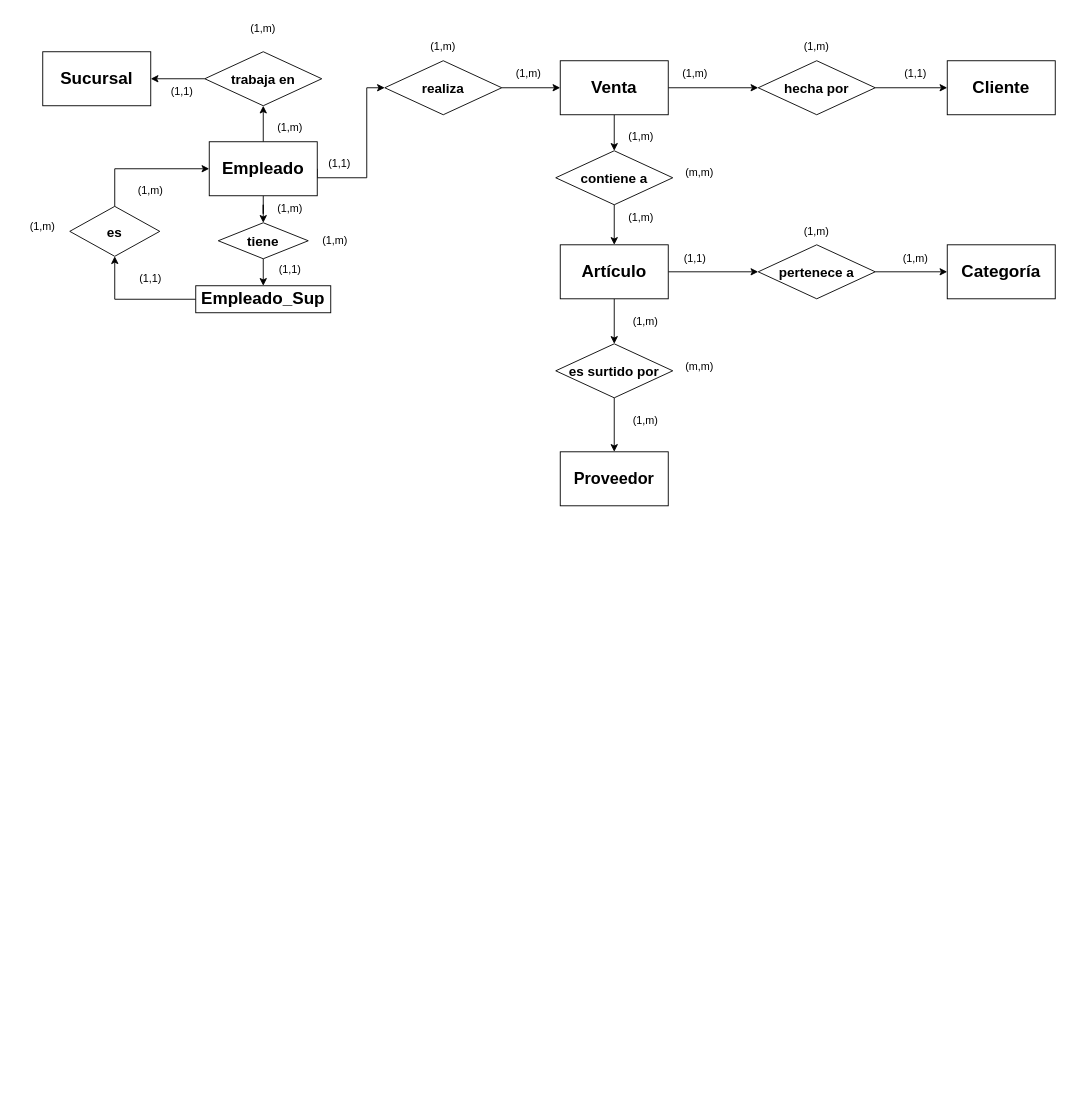
The draw.io diagram Proyecto_Final.drawio in EstebanArellanesConde/Dise-os-E-R-Bases, before the edit. Source tidied: cells renumbered, new cells numbered last; positions are measured from the earlier drawing's top-left corner, leaving out a move shared by most shapes. Both pictures are drawn from the tidied source at 90%, with x=0, y=0 at pixel (15, 15).
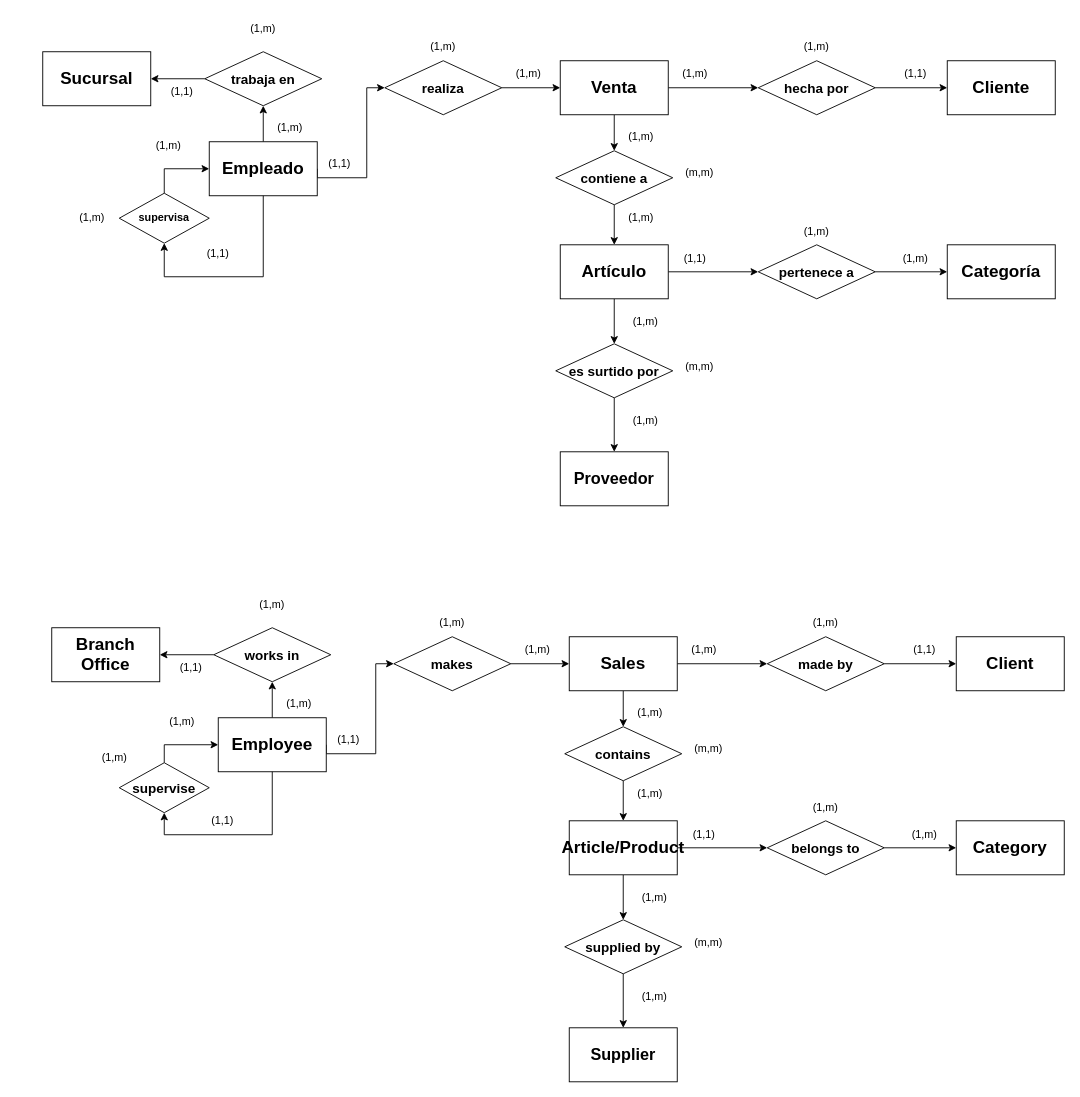
After the change.

The change refers to these unchanged cells:
```xml
<mxCell id="11" value="&lt;b&gt;&lt;font style=&quot;font-size: 19px;&quot;&gt;Empleado&lt;/font&gt;&lt;/b&gt;" style="rounded=0;whiteSpace=wrap;html=1;" parent="1" vertex="1">
  <mxGeometry x="215" y="140" width="120" height="60" as="geometry" />
</mxCell>
```

What changed in the source:
```diff
@@
-    <mxCell id="9" style="edgeStyle=orthogonalEdgeStyle;rounded=0;jettySize=auto;html=1;exitX=0.5;exitY=1;exitDx=0;exitDy=0;" parent="1" edge="1" source="11" target="49">
-      <mxGeometry relative="1" as="geometry" />
-    </mxCell>
@@
-    <mxCell id="16" style="edgeStyle=orthogonalEdgeStyle;rounded=0;jettySize=auto;html=1;entryX=0.5;entryY=1;entryDx=0;entryDy=0;exitX=0;exitY=0.5;exitDx=0;exitDy=0;" parent="1" edge="1" source="17" target="47">
+    <mxCell id="16" style="edgeStyle=orthogonalEdgeStyle;rounded=0;jettySize=auto;html=1;entryX=0.5;entryY=1;entryDx=0;entryDy=0;exitX=0.5;exitY=1;exitDx=0;exitDy=0;" parent="1" edge="1" source="11" target="47">
       <mxGeometry relative="1" as="geometry">
         <Array as="points">
-          <mxPoint x="110" y="315" />
+          <mxPoint x="275" y="290" />
+          <mxPoint x="165" y="290" />
         </Array>
       </mxGeometry>
     </mxCell>
-    <mxCell id="17" value="&lt;b&gt;&lt;font style=&quot;font-size: 19px;&quot;&gt;Empleado_Sup&lt;/font&gt;&lt;/b&gt;" style="rounded=0;whiteSpace=wrap;html=1;" parent="1" vertex="1">
-      <mxGeometry x="200" y="300" width="150" height="30" as="geometry" />
-    </mxCell>
@@
-    <mxCell id="45" value="(1,m)" style="text;html=1;align=center;verticalAlign=middle;whiteSpace=wrap;rounded=0;" parent="1" vertex="1">
-      <mxGeometry x="275" y="200" width="60" height="30" as="geometry" />
-    </mxCell>
@@
-    <mxCell id="47" value="&lt;font style=&quot;font-size: 15px;&quot;&gt;&lt;b&gt;es&lt;/b&gt;&lt;/font&gt;" style="rhombus;whiteSpace=wrap;html=1;" parent="1" vertex="1">
-      <mxGeometry x="60" y="211.8" width="100" height="55.5" as="geometry" />
+    <mxCell id="47" value="&lt;b&gt;supervisa&lt;/b&gt;" style="rhombus;whiteSpace=wrap;html=1;" parent="1" vertex="1">
+      <mxGeometry x="115" y="197.2" width="100" height="55.5" as="geometry" />
     </mxCell>
-    <mxCell id="48" style="edgeStyle=orthogonalEdgeStyle;rounded=0;jettySize=auto;html=1;exitX=0.5;exitY=1;exitDx=0;exitDy=0;entryX=0.5;entryY=0;entryDx=0;entryDy=0;" parent="1" edge="1" source="49" target="17">
-      <mxGeometry relative="1" as="geometry" />
-    </mxCell>
-    <mxCell id="49" value="&lt;font style=&quot;font-size: 15px;&quot;&gt;&lt;b&gt;tiene&lt;/b&gt;&lt;/font&gt;" style="rhombus;whiteSpace=wrap;html=1;" parent="1" vertex="1">
-      <mxGeometry x="225" y="230" width="100" height="40" as="geometry" />
-    </mxCell>
-    <mxCell id="50" value="(1,1)" style="text;html=1;align=center;verticalAlign=middle;whiteSpace=wrap;rounded=0;" parent="1" vertex="1">
-      <mxGeometry x="275" y="267.2" width="60" height="30" as="geometry" />
-    </mxCell>
-    <mxCell id="51" value="(1,m)" style="text;html=1;align=center;verticalAlign=middle;whiteSpace=wrap;rounded=0;" parent="1" vertex="1">
-      <mxGeometry x="325" y="235" width="60" height="30" as="geometry" />
-    </mxCell>
     <mxCell id="52" value="(1,m)" style="text;html=1;align=center;verticalAlign=middle;whiteSpace=wrap;rounded=0;" parent="1" vertex="1">
-      <mxGeometry y="220" width="60" height="30" as="geometry" />
+      <mxGeometry x="55" y="210" width="60" height="30" as="geometry" />
     </mxCell>
     <mxCell id="53" value="(1,1)" style="text;html=1;align=center;verticalAlign=middle;whiteSpace=wrap;rounded=0;" parent="1" vertex="1">
-      <mxGeometry x="120" y="277.2" width="60" height="30" as="geometry" />
+      <mxGeometry x="195" y="250" width="60" height="30" as="geometry" />
     </mxCell>
     <mxCell id="54" value="(1,m)" style="text;html=1;align=center;verticalAlign=middle;whiteSpace=wrap;rounded=0;" parent="1" vertex="1">
-      <mxGeometry x="120" y="180" width="60" height="30" as="geometry" />
+      <mxGeometry x="140" y="130" width="60" height="30" as="geometry" />
     </mxCell>
@@
+    <mxCell id="58" style="edgeStyle=orthogonalEdgeStyle;rounded=0;jettySize=auto;html=1;entryX=0;entryY=0.5;entryDx=0;entryDy=0;" parent="1" edge="1" source="60" target="73">
+      <mxGeometry relative="1" as="geometry" />
+    </mxCell>
+    <mxCell id="59" style="edgeStyle=orthogonalEdgeStyle;rounded=0;jettySize=auto;html=1;exitX=0.5;exitY=1;exitDx=0;exitDy=0;entryX=0.5;entryY=0;entryDx=0;entryDy=0;" parent="1" edge="1" source="60" target="75">
+      <mxGeometry relative="1" as="geometry" />
+    </mxCell>
+    <mxCell id="60" value="&lt;font style=&quot;font-size: 19px;&quot;&gt;&lt;b&gt;Article/Product&lt;/b&gt;&lt;/font&gt;" style="rounded=0;whiteSpace=wrap;html=1;" parent="1" vertex="1">
+      <mxGeometry x="615" y="894.5" width="120" height="60" as="geometry" />
+    </mxCell>
+    <mxCell id="61" value="&lt;b&gt;&lt;font style=&quot;font-size: 19px;&quot;&gt;Category&lt;/font&gt;&lt;/b&gt;" style="rounded=0;whiteSpace=wrap;html=1;" parent="1" vertex="1">
+      <mxGeometry x="1045" y="894.5" width="120" height="60" as="geometry" />
+    </mxCell>
+    <mxCell id="62" value="&lt;b&gt;&lt;font style=&quot;font-size: 18px;&quot;&gt;Supplier&lt;/font&gt;&lt;/b&gt;" style="rounded=0;whiteSpace=wrap;html=1;" parent="1" vertex="1">
+      <mxGeometry x="615" y="1124.5" width="120" height="60" as="geometry" />
+    </mxCell>
+    <mxCell id="63" value="&lt;font style=&quot;font-size: 19px;&quot;&gt;&lt;b&gt;&lt;font&gt;Client&lt;/font&gt;&lt;/b&gt;&lt;/font&gt;" style="rounded=0;whiteSpace=wrap;html=1;" parent="1" vertex="1">
+      <mxGeometry x="1045" y="690" width="120" height="60" as="geometry" />
+    </mxCell>
+    <mxCell id="64" style="edgeStyle=orthogonalEdgeStyle;rounded=0;jettySize=auto;html=1;exitX=0.5;exitY=0;exitDx=0;exitDy=0;entryX=0.5;entryY=1;entryDx=0;entryDy=0;" parent="1" edge="1" source="66" target="81">
+      <mxGeometry relative="1" as="geometry" />
+    </mxCell>
+    <mxCell id="65" style="edgeStyle=orthogonalEdgeStyle;rounded=0;jettySize=auto;html=1;exitX=1;exitY=0.5;exitDx=0;exitDy=0;entryX=0;entryY=0.5;entryDx=0;entryDy=0;" parent="1" edge="1" source="66" target="83">
+      <mxGeometry relative="1" as="geometry">
+        <Array as="points">
+          <mxPoint x="345" y="820" />
+          <mxPoint x="400" y="820" />
+          <mxPoint x="400" y="720" />
+        </Array>
+      </mxGeometry>
+    </mxCell>
+    <mxCell id="66" value="&lt;b&gt;&lt;font style=&quot;font-size: 19px;&quot;&gt;Employee&lt;/font&gt;&lt;/b&gt;" style="rounded=0;whiteSpace=wrap;html=1;" parent="1" vertex="1">
+      <mxGeometry x="225" y="780" width="120" height="60" as="geometry" />
+    </mxCell>
+    <mxCell id="67" value="&lt;b&gt;&lt;font style=&quot;font-size: 19px;&quot;&gt;Branch Office&lt;/font&gt;&lt;/b&gt;" style="rounded=0;whiteSpace=wrap;html=1;" parent="1" vertex="1">
+      <mxGeometry x="40" y="680" width="120" height="60" as="geometry" />
+    </mxCell>
+    <mxCell id="68" style="edgeStyle=orthogonalEdgeStyle;rounded=0;jettySize=auto;html=1;exitX=0.5;exitY=1;exitDx=0;exitDy=0;entryX=0.5;entryY=0;entryDx=0;entryDy=0;" parent="1" edge="1" source="70" target="77">
+      <mxGeometry relative="1" as="geometry" />
+    </mxCell>
+    <mxCell id="69" style="edgeStyle=orthogonalEdgeStyle;rounded=0;jettySize=auto;html=1;exitX=1;exitY=0.5;exitDx=0;exitDy=0;entryX=0;entryY=0.5;entryDx=0;entryDy=0;" parent="1" edge="1" source="70" target="79">
+      <mxGeometry relative="1" as="geometry" />
+    </mxCell>
+    <mxCell id="70" value="&lt;b&gt;&lt;font style=&quot;font-size: 19px;&quot;&gt;Sales&lt;/font&gt;&lt;/b&gt;" style="rounded=0;whiteSpace=wrap;html=1;" parent="1" vertex="1">
+      <mxGeometry x="615" y="690" width="120" height="60" as="geometry" />
+    </mxCell>
+    <mxCell id="71" style="edgeStyle=orthogonalEdgeStyle;rounded=0;jettySize=auto;html=1;entryX=0.5;entryY=1;entryDx=0;entryDy=0;exitX=0.5;exitY=1;exitDx=0;exitDy=0;" parent="1" edge="1" source="66" target="100">
+      <mxGeometry relative="1" as="geometry">
+        <Array as="points">
+          <mxPoint x="285" y="910" />
+          <mxPoint x="165" y="910" />
+        </Array>
+      </mxGeometry>
+    </mxCell>
+    <mxCell id="72" style="edgeStyle=orthogonalEdgeStyle;rounded=0;jettySize=auto;html=1;exitX=1;exitY=0.5;exitDx=0;exitDy=0;entryX=0;entryY=0.5;entryDx=0;entryDy=0;" parent="1" edge="1" source="73" target="61">
+      <mxGeometry relative="1" as="geometry" />
+    </mxCell>
+    <mxCell id="73" value="&lt;font style=&quot;font-size: 15px;&quot;&gt;&lt;b&gt;belongs to&lt;/b&gt;&lt;/font&gt;" style="rhombus;whiteSpace=wrap;html=1;" parent="1" vertex="1">
+      <mxGeometry x="835" y="894.5" width="130" height="60" as="geometry" />
+    </mxCell>
+    <mxCell id="74" style="edgeStyle=orthogonalEdgeStyle;rounded=0;jettySize=auto;html=1;exitX=0.5;exitY=1;exitDx=0;exitDy=0;entryX=0.5;entryY=0;entryDx=0;entryDy=0;" parent="1" edge="1" source="75" target="62">
+      <mxGeometry relative="1" as="geometry" />
+    </mxCell>
+    <mxCell id="75" value="&lt;font style=&quot;font-size: 15px;&quot;&gt;&lt;b&gt;supplied by&lt;/b&gt;&lt;/font&gt;" style="rhombus;whiteSpace=wrap;html=1;" parent="1" vertex="1">
+      <mxGeometry x="610" y="1004.5" width="130" height="60" as="geometry" />
+    </mxCell>
+    <mxCell id="76" style="edgeStyle=orthogonalEdgeStyle;rounded=0;jettySize=auto;html=1;exitX=0.5;exitY=1;exitDx=0;exitDy=0;entryX=0.5;entryY=0;entryDx=0;entryDy=0;" parent="1" edge="1" source="77" target="60">
+      <mxGeometry relative="1" as="geometry" />
+    </mxCell>
+    <mxCell id="77" value="&lt;font style=&quot;font-size: 15px;&quot;&gt;&lt;b&gt;contains&lt;/b&gt;&lt;/font&gt;" style="rhombus;whiteSpace=wrap;html=1;" parent="1" vertex="1">
+      <mxGeometry x="610" y="790" width="130" height="60" as="geometry" />
+    </mxCell>
+    <mxCell id="78" style="edgeStyle=orthogonalEdgeStyle;rounded=0;jettySize=auto;html=1;exitX=1;exitY=0.5;exitDx=0;exitDy=0;entryX=0;entryY=0.5;entryDx=0;entryDy=0;" parent="1" edge="1" source="79" target="63">
+      <mxGeometry relative="1" as="geometry" />
+    </mxCell>
+    <mxCell id="79" value="&lt;font style=&quot;font-size: 15px;&quot;&gt;&lt;b&gt;made by&lt;/b&gt;&lt;/font&gt;" style="rhombus;whiteSpace=wrap;html=1;" parent="1" vertex="1">
+      <mxGeometry x="835" y="690" width="130" height="60" as="geometry" />
+    </mxCell>
+    <mxCell id="80" style="edgeStyle=orthogonalEdgeStyle;rounded=0;jettySize=auto;html=1;exitX=0;exitY=0.5;exitDx=0;exitDy=0;entryX=1;entryY=0.5;entryDx=0;entryDy=0;" parent="1" edge="1" source="81" target="67">
+      <mxGeometry relative="1" as="geometry" />
+    </mxCell>
+    <mxCell id="81" value="&lt;font style=&quot;font-size: 15px;&quot;&gt;&lt;b&gt;works in&lt;/b&gt;&lt;/font&gt;" style="rhombus;whiteSpace=wrap;html=1;" parent="1" vertex="1">
+      <mxGeometry x="220" y="680" width="130" height="60" as="geometry" />
+    </mxCell>
+    <mxCell id="82" style="edgeStyle=orthogonalEdgeStyle;rounded=0;jettySize=auto;html=1;exitX=1;exitY=0.5;exitDx=0;exitDy=0;entryX=0;entryY=0.5;entryDx=0;entryDy=0;" parent="1" edge="1" source="83" target="70">
+      <mxGeometry relative="1" as="geometry" />
+    </mxCell>
+    <mxCell id="83" value="&lt;font style=&quot;font-size: 15px;&quot;&gt;&lt;b&gt;makes&lt;/b&gt;&lt;/font&gt;" style="rhombus;whiteSpace=wrap;html=1;" parent="1" vertex="1">
+      <mxGeometry x="420" y="690" width="130" height="60" as="geometry" />
+    </mxCell>
+    <mxCell id="84" value="(1,1)" style="text;html=1;align=center;verticalAlign=middle;whiteSpace=wrap;rounded=0;" parent="1" vertex="1">
+      <mxGeometry x="735" y="894.5" width="60" height="30" as="geometry" />
+    </mxCell>
+    <mxCell id="85" value="(1,m)" style="text;html=1;align=center;verticalAlign=middle;whiteSpace=wrap;rounded=0;" parent="1" vertex="1">
+      <mxGeometry x="980" y="894.5" width="60" height="30" as="geometry" />
+    </mxCell>
+    <mxCell id="86" value="(1,m)" style="text;html=1;align=center;verticalAlign=middle;whiteSpace=wrap;rounded=0;" parent="1" vertex="1">
+      <mxGeometry x="870" y="864.5" width="60" height="30" as="geometry" />
+    </mxCell>
+    <mxCell id="87" value="(1,m)" style="text;html=1;align=center;verticalAlign=middle;whiteSpace=wrap;rounded=0;" parent="1" vertex="1">
+      <mxGeometry x="870" y="660" width="60" height="30" as="geometry" />
+    </mxCell>
+    <mxCell id="88" value="(1,m)" style="text;html=1;align=center;verticalAlign=middle;whiteSpace=wrap;rounded=0;" parent="1" vertex="1">
+      <mxGeometry x="735" y="690" width="60" height="30" as="geometry" />
+    </mxCell>
+    <mxCell id="89" value="(1,1)" style="text;html=1;align=center;verticalAlign=middle;whiteSpace=wrap;rounded=0;" parent="1" vertex="1">
+      <mxGeometry x="980" y="690" width="60" height="30" as="geometry" />
+    </mxCell>
+    <mxCell id="90" value="(1,m)" style="text;html=1;align=center;verticalAlign=middle;whiteSpace=wrap;rounded=0;" parent="1" vertex="1">
+      <mxGeometry x="680" y="1074.5" width="60" height="30" as="geometry" />
+    </mxCell>
+    <mxCell id="91" value="(m,m)" style="text;html=1;align=center;verticalAlign=middle;whiteSpace=wrap;rounded=0;" parent="1" vertex="1">
+      <mxGeometry x="740" y="1014.5" width="60" height="30" as="geometry" />
+    </mxCell>
+    <mxCell id="92" value="(1,m)" style="text;html=1;align=center;verticalAlign=middle;whiteSpace=wrap;rounded=0;" parent="1" vertex="1">
+      <mxGeometry x="680" y="964.5" width="60" height="30" as="geometry" />
+    </mxCell>
+    <mxCell id="93" value="(m,m)" style="text;html=1;align=center;verticalAlign=middle;whiteSpace=wrap;rounded=0;" parent="1" vertex="1">
+      <mxGeometry x="740" y="800" width="60" height="30" as="geometry" />
+    </mxCell>
+    <mxCell id="94" value="(1,m)" style="text;html=1;align=center;verticalAlign=middle;whiteSpace=wrap;rounded=0;" parent="1" vertex="1">
+      <mxGeometry x="675" y="760" width="60" height="30" as="geometry" />
+    </mxCell>
+    <mxCell id="95" value="(1,m)" style="text;html=1;align=center;verticalAlign=middle;whiteSpace=wrap;rounded=0;" parent="1" vertex="1">
+      <mxGeometry x="675" y="850" width="60" height="30" as="geometry" />
+    </mxCell>
+    <mxCell id="96" value="(1,m)" style="text;html=1;align=center;verticalAlign=middle;whiteSpace=wrap;rounded=0;" parent="1" vertex="1">
+      <mxGeometry x="455" y="660" width="60" height="30" as="geometry" />
+    </mxCell>
+    <mxCell id="97" value="(1,m)" style="text;html=1;align=center;verticalAlign=middle;whiteSpace=wrap;rounded=0;" parent="1" vertex="1">
+      <mxGeometry x="550" y="690" width="60" height="30" as="geometry" />
+    </mxCell>
+    <mxCell id="98" value="(1,1)" style="text;html=1;align=center;verticalAlign=middle;whiteSpace=wrap;rounded=0;" parent="1" vertex="1">
+      <mxGeometry x="340" y="790" width="60" height="30" as="geometry" />
+    </mxCell>
+    <mxCell id="99" style="edgeStyle=orthogonalEdgeStyle;rounded=0;jettySize=auto;html=1;exitX=0.5;exitY=0;exitDx=0;exitDy=0;entryX=0;entryY=0.5;entryDx=0;entryDy=0;" parent="1" edge="1" source="100" target="66">
+      <mxGeometry relative="1" as="geometry" />
+    </mxCell>
+    <mxCell id="100" value="&lt;font style=&quot;font-size: 15px;&quot;&gt;&lt;b&gt;supervise&lt;/b&gt;&lt;/font&gt;" style="rhombus;whiteSpace=wrap;html=1;" parent="1" vertex="1">
+      <mxGeometry x="115" y="830" width="100" height="55.5" as="geometry" />
+    </mxCell>
+    <mxCell id="101" value="(1,m)" style="text;html=1;align=center;verticalAlign=middle;whiteSpace=wrap;rounded=0;" parent="1" vertex="1">
+      <mxGeometry x="80" y="810" width="60" height="30" as="geometry" />
+    </mxCell>
+    <mxCell id="102" value="(1,1)" style="text;html=1;align=center;verticalAlign=middle;whiteSpace=wrap;rounded=0;" parent="1" vertex="1">
+      <mxGeometry x="200" y="880" width="60" height="30" as="geometry" />
+    </mxCell>
+    <mxCell id="103" value="(1,m)" style="text;html=1;align=center;verticalAlign=middle;whiteSpace=wrap;rounded=0;" parent="1" vertex="1">
+      <mxGeometry x="155" y="770" width="60" height="30" as="geometry" />
+    </mxCell>
+    <mxCell id="104" value="(1,m)" style="text;html=1;align=center;verticalAlign=middle;whiteSpace=wrap;rounded=0;" parent="1" vertex="1">
+      <mxGeometry x="285" y="750" width="60" height="30" as="geometry" />
+    </mxCell>
+    <mxCell id="105" value="(1,1)" style="text;html=1;align=center;verticalAlign=middle;whiteSpace=wrap;rounded=0;" parent="1" vertex="1">
+      <mxGeometry x="165" y="710" width="60" height="30" as="geometry" />
+    </mxCell>
+    <mxCell id="106" value="(1,m)" style="text;html=1;align=center;verticalAlign=middle;whiteSpace=wrap;rounded=0;" parent="1" vertex="1">
+      <mxGeometry x="255" y="640" width="60" height="30" as="geometry" />
+    </mxCell>
```
